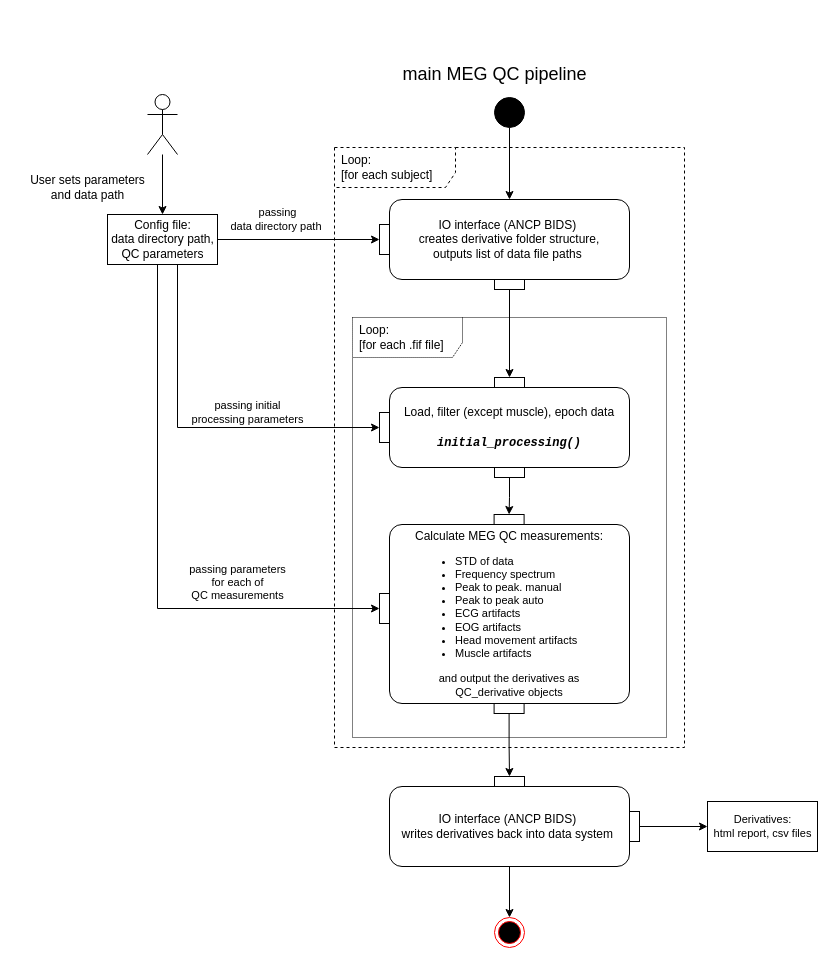
Earlier version of the draw.io diagram diagrams/_main_UML2.5.drawio (oldgandalf/MEGqcJorge). Source tidied: cells renumbered, new cells numbered last; positions are measured from the earlier drawing's top-left corner, leaving out a move shared by most shapes. Both pictures are drawn from the tidied source at 100%, with x=0, y=0 at pixel (17, 54).
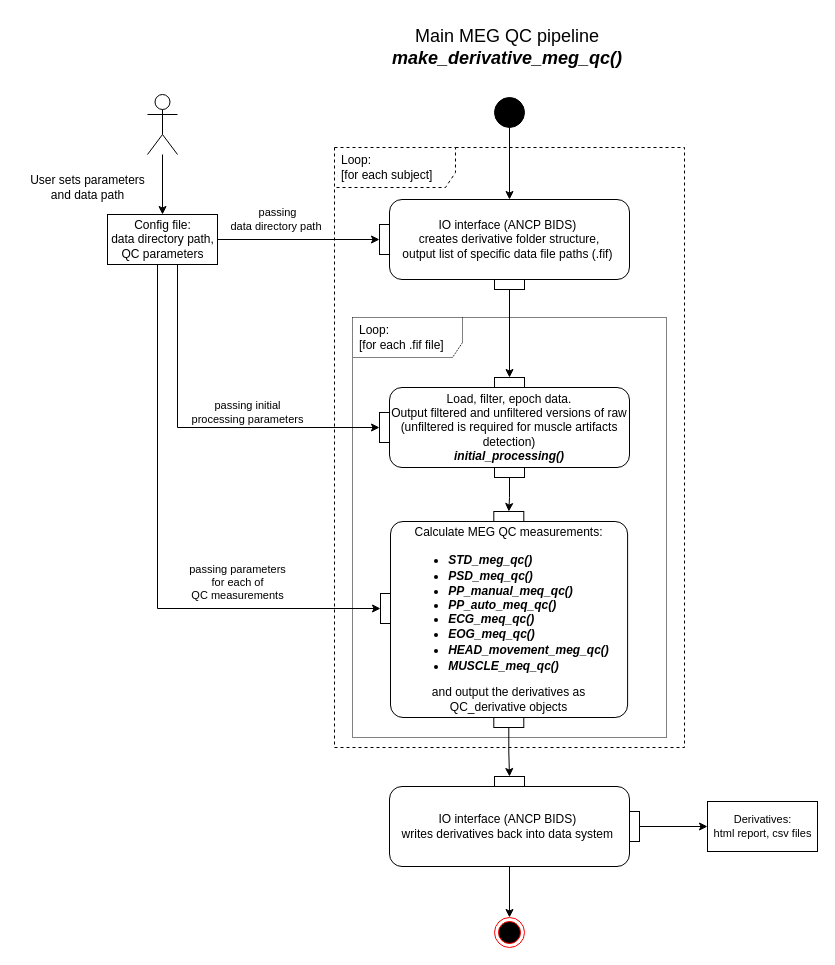
After the change.

The change refers to these unchanged cells:
```xml
<mxCell id="13" style="group;flipH=1;" parent="1" vertex="1">
  <mxGeometry x="362" y="145" width="250" height="90" as="geometry" />
</mxCell>
<mxCell id="17" style="group;" parent="1" vertex="1">
  <mxGeometry x="372" y="323" width="306" height="350" as="geometry" />
</mxCell>
```

What changed in the source:
```diff
@@
-    <mxCell id="14" value="IO interface (ANCP BIDS)&amp;nbsp;&lt;br&gt;creates derivative folder structure,&lt;br&gt;outputs list of data file paths&amp;nbsp;" style="html=1;align=center;verticalAlign=middle;rounded=1;absoluteArcSize=1;arcSize=25;dashed=0;fontFamily=Helvetica;fontSize=12;whiteSpace=wrap;noLabel=0;imageAlign=center;" parent="13" vertex="1">
+    <mxCell id="14" value="IO interface (ANCP BIDS)&amp;nbsp;&lt;br&gt;creates derivative folder structure,&lt;br&gt;output list of specific data file paths (.fif)&amp;nbsp;" style="html=1;align=center;verticalAlign=middle;rounded=1;absoluteArcSize=1;arcSize=25;dashed=0;fontFamily=Helvetica;fontSize=12;whiteSpace=wrap;noLabel=0;imageAlign=center;" parent="13" vertex="1">
       <mxGeometry x="10" width="240" height="80" as="geometry" />
     </mxCell>
@@
-    <mxCell id="18" value="Load, filter (except muscle), epoch data&lt;br&gt;&lt;b&gt;&lt;i&gt;&lt;font face=&quot;Courier New&quot;&gt;&lt;br&gt;initial_processing()&lt;/font&gt;&lt;/i&gt;&lt;/b&gt;" style="html=1;align=center;verticalAlign=middle;rounded=1;absoluteArcSize=1;arcSize=25;dashed=0;fontFamily=Helvetica;fontSize=12;whiteSpace=wrap;noLabel=0;imageAlign=center;" parent="17" vertex="1">
+    <mxCell id="18" value="Load, filter, epoch data.&lt;br&gt;Output filtered and unfiltered versions of raw&lt;br&gt;(unfiltered is required for muscle artifacts detection)&lt;i style=&quot;&quot;&gt;&lt;br&gt;&lt;b&gt;initial_processing()&lt;/b&gt;&lt;/i&gt;" style="html=1;align=center;verticalAlign=middle;rounded=1;absoluteArcSize=1;arcSize=25;dashed=0;fontFamily=Helvetica;fontSize=12;whiteSpace=wrap;noLabel=0;imageAlign=center;" parent="17" vertex="1">
       <mxGeometry y="10" width="240" height="80" as="geometry" />
     </mxCell>
@@
     <mxCell id="22" style="group;" parent="1" vertex="1">
-      <mxGeometry x="372" y="439" width="249" height="210" as="geometry" />
+      <mxGeometry x="373" y="433" width="246" height="230" as="geometry" />
     </mxCell>
-    <mxCell id="23" value="Calculate MEG QC measurements:&lt;br&gt;&lt;ul style=&quot;border-color: var(--border-color); font-size: 11px; text-align: left; background-color: rgb(255, 255, 255);&quot;&gt;&lt;li style=&quot;border-color: var(--border-color);&quot;&gt;STD of data&lt;/li&gt;&lt;li style=&quot;border-color: var(--border-color);&quot;&gt;&lt;font style=&quot;border-color: var(--border-color); font-size: 11px;&quot;&gt;Frequency spectrum&lt;/font&gt;&lt;/li&gt;&lt;li style=&quot;border-color: var(--border-color);&quot;&gt;&lt;font style=&quot;border-color: var(--border-color); font-size: 11px;&quot;&gt;Peak to peak. manual&lt;/font&gt;&lt;/li&gt;&lt;li style=&quot;border-color: var(--border-color);&quot;&gt;&lt;font style=&quot;border-color: var(--border-color); font-size: 11px;&quot;&gt;Peak to peak auto&lt;/font&gt;&lt;/li&gt;&lt;li style=&quot;border-color: var(--border-color);&quot;&gt;&lt;font style=&quot;border-color: var(--border-color); font-size: 11px;&quot;&gt;ECG artifacts&lt;/font&gt;&lt;/li&gt;&lt;li style=&quot;border-color: var(--border-color);&quot;&gt;&lt;font style=&quot;border-color: var(--border-color); font-size: 11px;&quot;&gt;EOG artifacts&lt;/font&gt;&lt;/li&gt;&lt;li style=&quot;border-color: var(--border-color);&quot;&gt;&lt;font style=&quot;border-color: var(--border-color); font-size: 11px;&quot;&gt;Head movement artifacts&lt;/font&gt;&lt;/li&gt;&lt;li style=&quot;border-color: var(--border-color);&quot;&gt;&lt;font style=&quot;border-color: var(--border-color); font-size: 11px;&quot;&gt;Muscle artifacts&lt;/font&gt;&lt;/li&gt;&lt;/ul&gt;&lt;span style=&quot;font-size: 11px;&quot;&gt;and output the derivatives as &lt;br&gt;QC_derivative objects&lt;br&gt;&lt;/span&gt;" style="html=1;align=center;verticalAlign=middle;rounded=1;absoluteArcSize=1;arcSize=25;dashed=0;fontFamily=Helvetica;fontSize=12;whiteSpace=wrap;noLabel=0;imageAlign=center;" parent="22" vertex="1">
-      <mxGeometry y="31" width="240" height="179" as="geometry" />
+    <mxCell id="23" value="&lt;font style=&quot;font-size: 12px;&quot;&gt;Calculate MEG QC measurements:&lt;br&gt;&lt;/font&gt;&lt;ul style=&quot;border-color: var(--border-color); text-align: left; background-color: rgb(255, 255, 255);&quot;&gt;&lt;li style=&quot;border-color: var(--border-color);&quot;&gt;&lt;div style=&quot;line-height: 18px;&quot;&gt;&lt;font style=&quot;font-size: 12px;&quot;&gt;&lt;i style=&quot;&quot;&gt;&lt;b&gt;STD_meg_qc()&lt;/b&gt;&lt;/i&gt;&lt;/font&gt;&lt;/div&gt;&lt;/li&gt;&lt;li style=&quot;border-color: var(--border-color);&quot;&gt;&lt;font style=&quot;border-color: var(--border-color); font-size: 12px;&quot;&gt;&lt;i&gt;&lt;b&gt;PSD_meq_qc()&lt;/b&gt;&lt;/i&gt;&lt;/font&gt;&lt;/li&gt;&lt;li style=&quot;border-color: var(--border-color);&quot;&gt;&lt;font style=&quot;border-color: var(--border-color); font-size: 12px;&quot;&gt;&lt;i&gt;&lt;b&gt;PP_manual_meq_qc()&lt;/b&gt;&lt;/i&gt;&lt;/font&gt;&lt;/li&gt;&lt;li style=&quot;border-color: var(--border-color);&quot;&gt;&lt;font style=&quot;border-color: var(--border-color); font-size: 12px;&quot;&gt;&lt;i&gt;&lt;b&gt;PP_auto_meq_qc()&lt;/b&gt;&lt;/i&gt;&lt;/font&gt;&lt;/li&gt;&lt;li style=&quot;border-color: var(--border-color);&quot;&gt;&lt;font style=&quot;border-color: var(--border-color); font-size: 12px;&quot;&gt;&lt;i&gt;&lt;b&gt;ECG_meq_qc()&lt;/b&gt;&lt;/i&gt;&lt;/font&gt;&lt;/li&gt;&lt;li style=&quot;border-color: var(--border-color);&quot;&gt;&lt;font style=&quot;border-color: var(--border-color); font-size: 12px;&quot;&gt;&lt;i&gt;&lt;b&gt;EOG_meq_qc()&lt;/b&gt;&lt;/i&gt;&lt;/font&gt;&lt;/li&gt;&lt;li style=&quot;border-color: var(--border-color);&quot;&gt;&lt;div style=&quot;line-height: 18px;&quot;&gt;&lt;font style=&quot;font-size: 12px;&quot;&gt;&lt;i&gt;&lt;b&gt;HEAD_movement_meg_qc()&lt;/b&gt;&lt;/i&gt;&lt;/font&gt;&lt;/div&gt;&lt;/li&gt;&lt;li style=&quot;border-color: var(--border-color);&quot;&gt;&lt;font style=&quot;border-color: var(--border-color); font-size: 12px;&quot;&gt;&lt;i style=&quot;&quot;&gt;&lt;b&gt;MUSCLE_meq_qc()&lt;/b&gt;&lt;/i&gt;&lt;/font&gt;&lt;/li&gt;&lt;/ul&gt;&lt;font style=&quot;font-size: 12px;&quot;&gt;and output the derivatives as &lt;br&gt;QC_derivative objects&lt;/font&gt;" style="html=1;align=center;verticalAlign=middle;rounded=1;absoluteArcSize=1;arcSize=25;dashed=0;fontFamily=Helvetica;fontSize=12;whiteSpace=wrap;noLabel=0;imageAlign=center;" parent="22" vertex="1">
+      <mxGeometry y="34" width="237.1" height="196" as="geometry" />
     </mxCell>
     <mxCell id="24" value="pinOut 2" style="fontStyle=0;labelPosition=center;verticalLabelPosition=bottom;align=center;verticalAlign=top;spacingLeft=2;fontFamily=Helvetica;fontSize=12;noLabel=1;" parent="22" vertex="1">
-      <mxGeometry x="104.6" y="210" width="30" height="10" as="geometry" />
+      <mxGeometry x="103.3" y="230" width="30" height="10" as="geometry" />
     </mxCell>
     <mxCell id="25" value="pinIn 1" style="fontStyle=0;labelPosition=center;verticalLabelPosition=top;align=center;verticalAlign=bottom;spacingLeft=2;fontFamily=Helvetica;fontSize=12;noLabel=1;" parent="22" vertex="1">
-      <mxGeometry x="104.6" y="21" width="30" height="10" as="geometry" />
+      <mxGeometry x="103.3" y="24" width="30" height="10" as="geometry" />
     </mxCell>
@@
     <mxCell id="33" value="pinIn 2" style="fontStyle=0;labelPosition=left;verticalLabelPosition=middle;align=right;verticalAlign=middle;spacingLeft=2;fontFamily=Helvetica;fontSize=12;flipH=0;noLabel=1;" parent="1" vertex="1">
-      <mxGeometry x="362" y="539" width="10" height="30" as="geometry" />
+      <mxGeometry x="363" y="539" width="10" height="30" as="geometry" />
     </mxCell>
@@
-    <mxCell id="41" value="&lt;font style=&quot;font-size: 18px;&quot;&gt;main MEG QC pipeline&amp;nbsp;&amp;nbsp;&lt;/font&gt;" style="text;html=1;align=center;verticalAlign=middle;strokeColor=none;fillColor=none;fontSize=11;" parent="1" vertex="1">
-      <mxGeometry x="372" width="220" height="40" as="geometry" />
+    <mxCell id="41" value="&lt;font style=&quot;font-size: 18px;&quot;&gt;Main MEG QC pipeline&amp;nbsp;&lt;br&gt;&lt;b&gt;&lt;i&gt;make_derivative_meg_qc()&amp;nbsp;&lt;/i&gt;&lt;/b&gt;&lt;/font&gt;" style="text;html=1;align=center;verticalAlign=middle;strokeColor=none;fillColor=none;fontSize=11;" parent="1" vertex="1">
+      <mxGeometry x="362" y="-37" width="260" height="60" as="geometry" />
     </mxCell>
```
